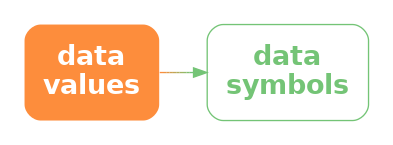
The Graphviz diagram Diagrams/data-sym.png in pmur002/hdvw, before a commit. Its source is kept beside it as Diagrams/data-sym.dot.
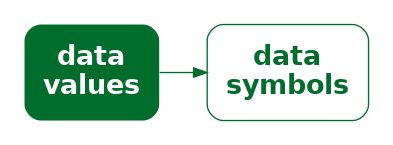
Above is the later version.

Change to the diagram source:
```diff
@@ -1,8 +1,8 @@
 digraph {
   graph [ rankdir=LR; margin=.2; nodesep=.5 ];
   node [ fontsize=20; fontname="sans bold"; margin=.2 ];
-  data [ label="data\nvalues"; shape=box; style="filled, rounded"; penwidth=0; fontcolor=white; fillcolor="#FD8D3C" ]
+  data [ label="data\nvalues"; shape=box; style="filled, rounded"; penwidth=0; fontcolor=white; fillcolor="#006D2C" ]
   sym [ label="data\nsymbols"; shape=box;
-     style="rounded"; color="#74C476"; fontcolor="#74C476" ]
-  data -> sym [ style="bold"; penwidth=1; color="#FD8D3C;0.1:#EE9342;0.1:#DF9949;0.1:#CF9F4F;0.1:#C0A556;0.1:#B1AC5C;0.1:#A2B263;0.1:#92B869;0.1:#83BE70;0.1:#74C476;0.1" ]
+     style="rounded"; color="#006D2C"; fontcolor="#006D2C" ]
+  data -> sym [ style="bold"; penwidth=1; color="#006D2C" ]
 }
```
